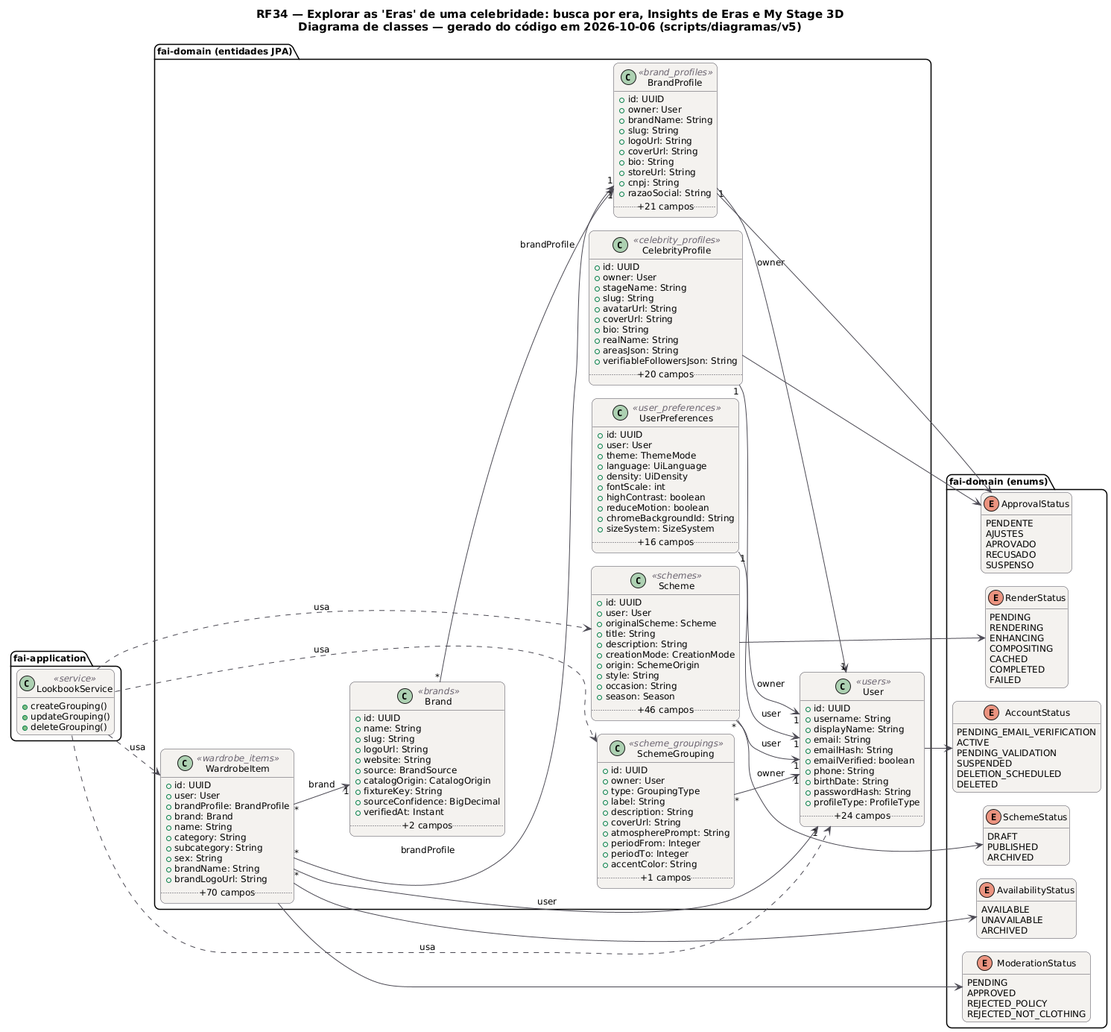
MatheusHaliski/tcc-2026-fashion-ai-backend keeps this PlantUML diagram as docs/diagramas/RF34/RF34_Classes.png. Above is the earlier version.
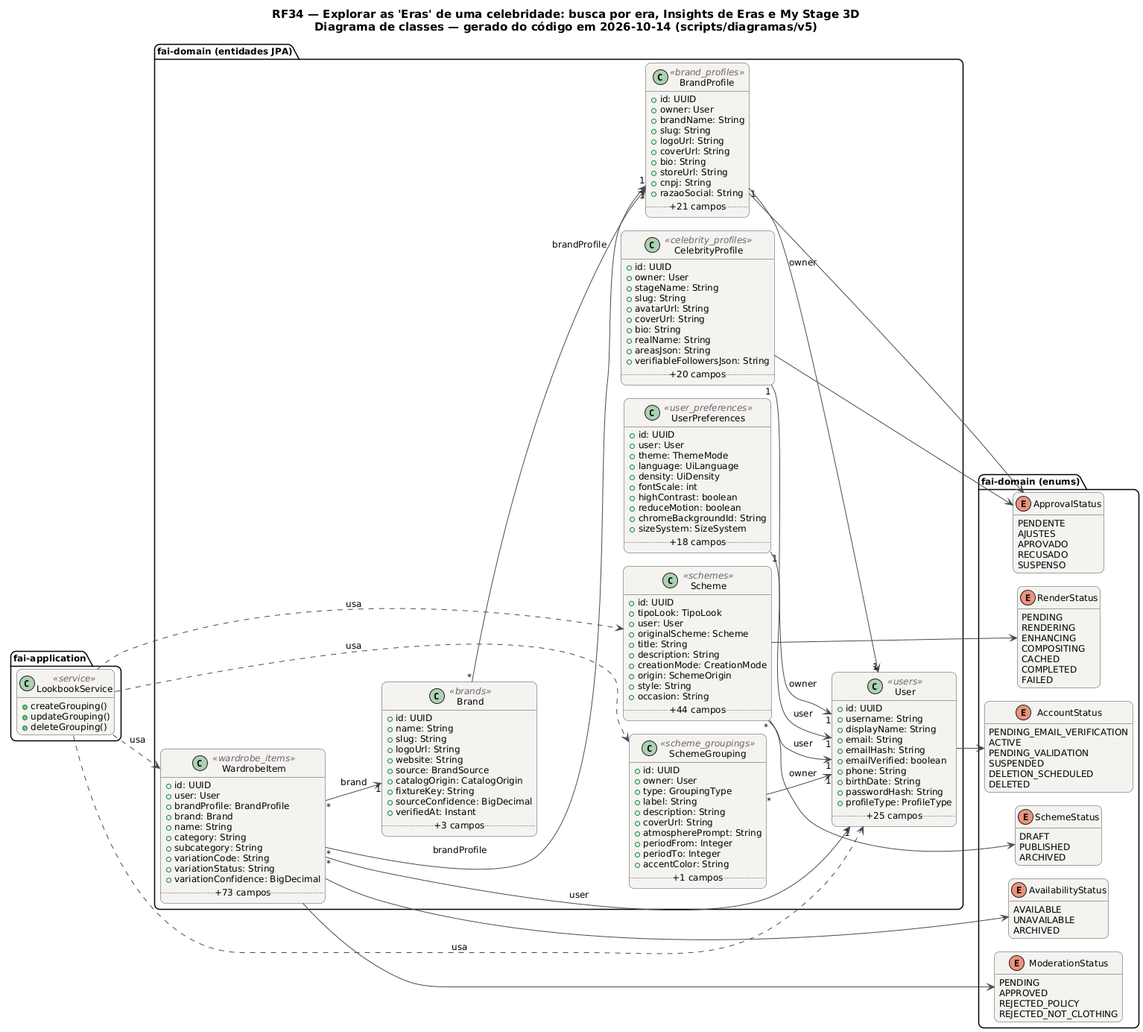
After the commit.

Change to the diagram source:
```diff
@@ -20,7 +20,7 @@
 }
 hide empty members
 left to right direction
-title RF34 — Explorar as 'Eras' de uma celebridade: busca por era, Insights de Eras e My Stage 3D\nDiagrama de classes — gerado do código em 2026-10-06 (scripts/diagramas/v5)
+title RF34 — Explorar as 'Eras' de uma celebridade: busca por era, Insights de Eras e My Stage 3D\nDiagrama de classes — gerado do código em 2026-10-14 (scripts/diagramas/v5)
 
 package "fai-domain (entidades JPA)" {
   class Brand <<brands>> {
@@ -34,7 +34,7 @@
     +fixtureKey: String
     +sourceConfidence: BigDecimal
     +verifiedAt: Instant
-    .. +2 campos ..
+    .. +3 campos ..
   }
   class BrandProfile <<brand_profiles>> {
     +id: UUID
@@ -64,6 +64,7 @@
   }
   class Scheme <<schemes>> {
     +id: UUID
+    +tipoLook: TipoLook
     +user: User
     +originalScheme: Scheme
     +title: String
@@ -72,8 +73,7 @@
     +origin: SchemeOrigin
     +style: String
     +occasion: String
-    +season: Season
-    .. +46 campos ..
+    .. +44 campos ..
   }
   class SchemeGrouping <<scheme_groupings>> {
     +id: UUID
@@ -99,7 +99,7 @@
     +birthDate: String
     +passwordHash: String
     +profileType: ProfileType
-    .. +24 campos ..
+    .. +25 campos ..
   }
   class UserPreferences <<user_preferences>> {
     +id: UUID
@@ -112,7 +112,7 @@
     +reduceMotion: boolean
     +chromeBackgroundId: String
     +sizeSystem: SizeSystem
-    .. +16 campos ..
+    .. +18 campos ..
   }
   class WardrobeItem <<wardrobe_items>> {
     +id: UUID
@@ -122,10 +122,10 @@
     +name: String
     +category: String
     +subcategory: String
-    +sex: String
-    +brandName: String
-    +brandLogoUrl: String
-    .. +70 campos ..
+    +variationCode: String
+    +variationStatus: String
+    +variationConfidence: BigDecimal
+    .. +73 campos ..
   }
 }
 package "fai-domain (enums)" {
```
